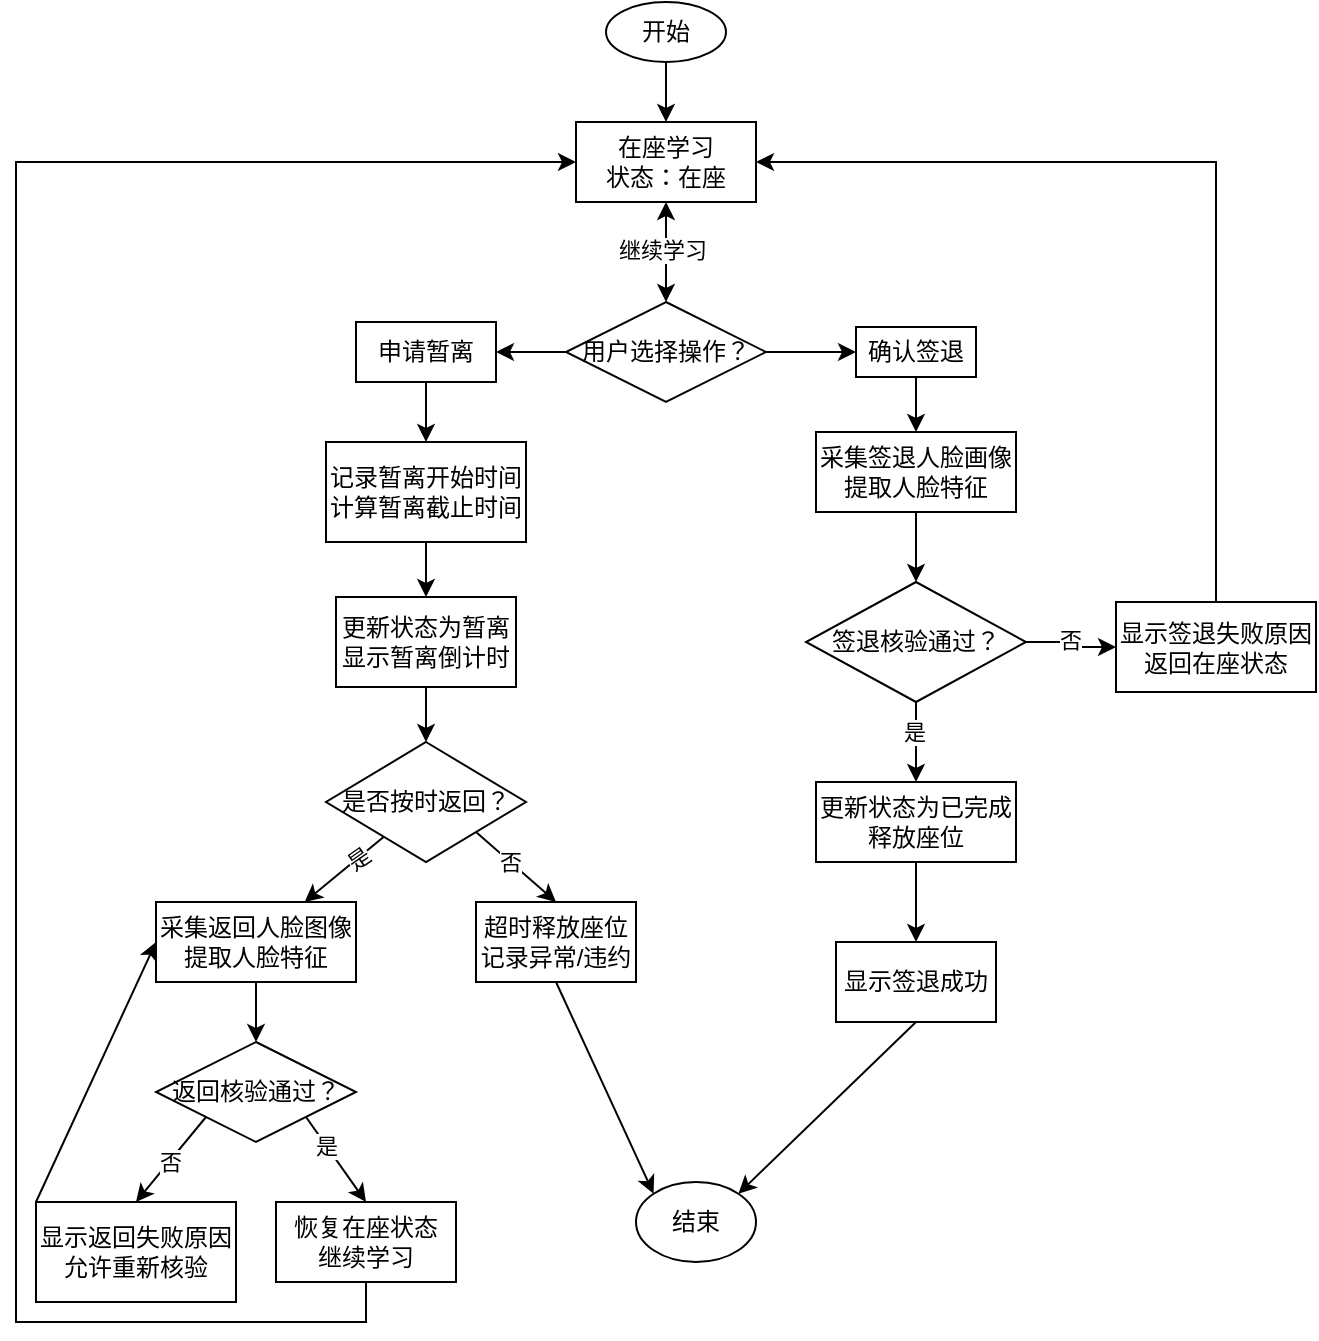
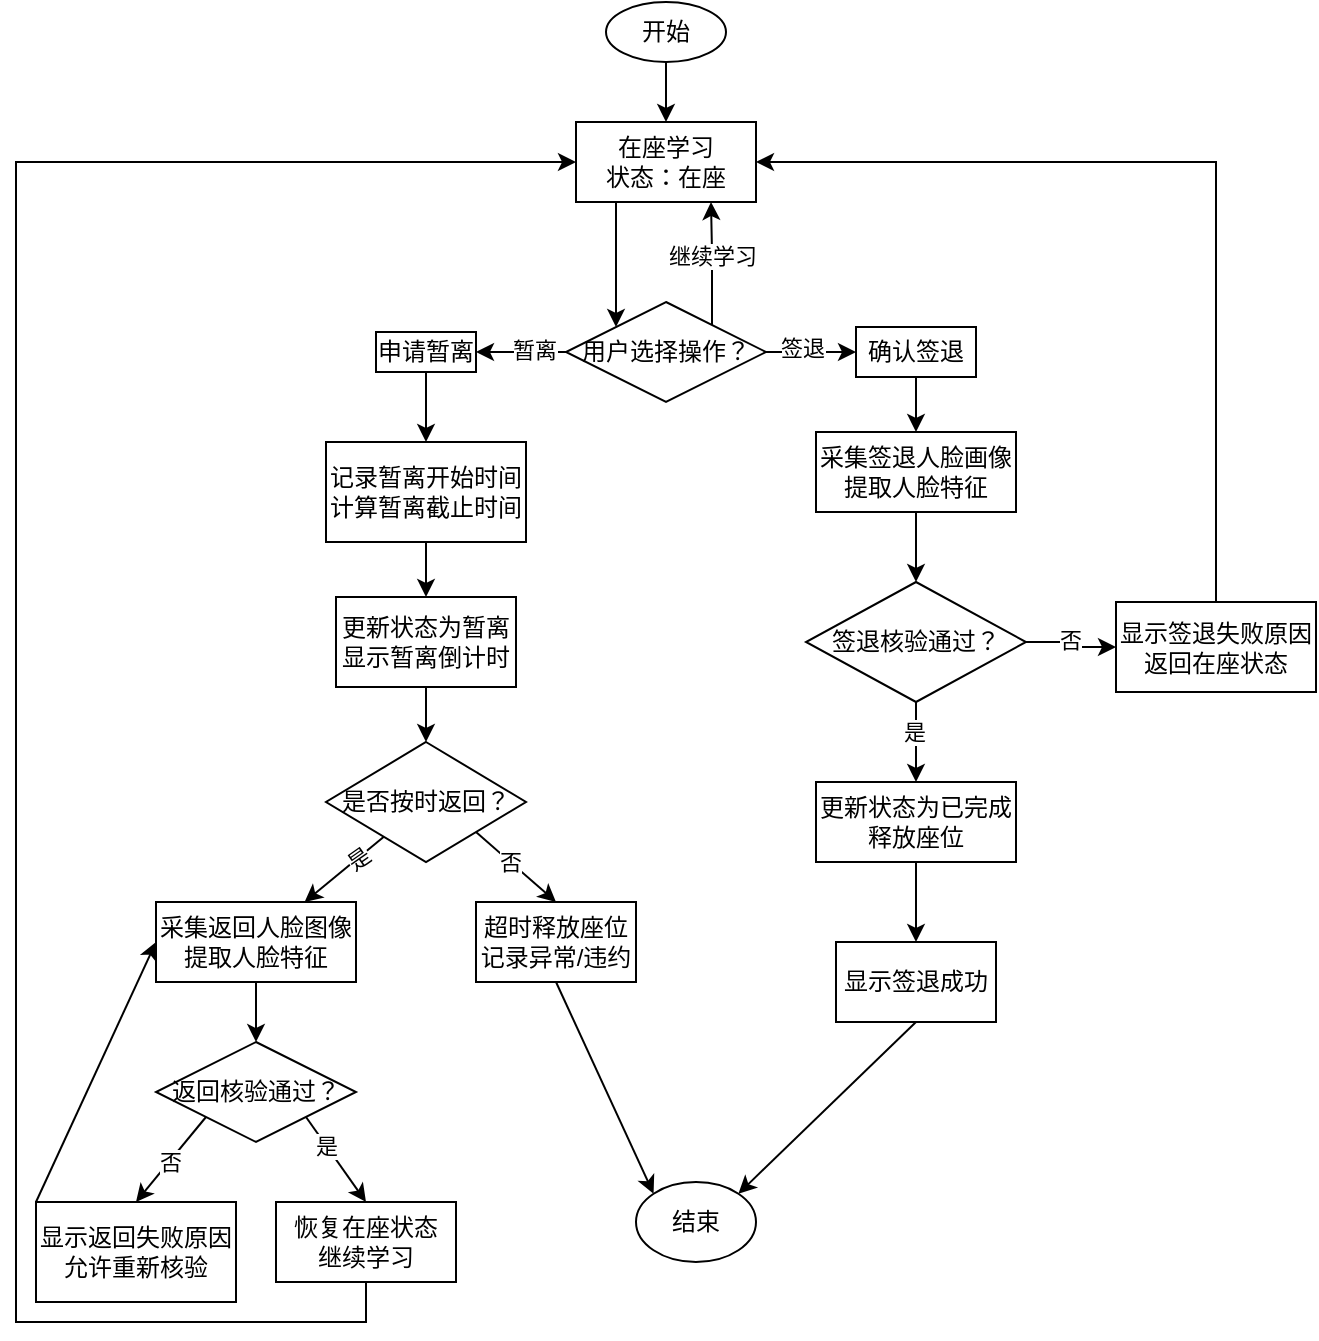
<mxfile host="app.diagrams.net">
  <diagram id="C5RBs43oDa-KdzZeNtuy" name="Page-1">
-     <mxGraphModel dx="1980" dy="767" grid="1" gridSize="10" guides="1" tooltips="1" connect="1" arrows="1" fold="1" page="1" pageScale="1" pageWidth="827" pageHeight="1169" math="0" shadow="0">
+     <mxGraphModel dx="1595" dy="766" grid="1" gridSize="10" guides="1" tooltips="1" connect="1" arrows="1" fold="1" page="1" pageScale="1" pageWidth="827" pageHeight="1169" math="0" shadow="0">
      <root>
        <mxCell id="WIyWlLk6GJQsqaUBKTNV-0" />
        <mxCell id="WIyWlLk6GJQsqaUBKTNV-1" parent="WIyWlLk6GJQsqaUBKTNV-0" />
        <mxCell id="KdbnOWA6Q3B73fjV9xqP-21" edge="1" parent="WIyWlLk6GJQsqaUBKTNV-1" source="KdbnOWA6Q3B73fjV9xqP-0" style="edgeStyle=orthogonalEdgeStyle;rounded=0;orthogonalLoop=1;jettySize=auto;html=1;entryX=0.5;entryY=0;entryDx=0;entryDy=0;" target="KdbnOWA6Q3B73fjV9xqP-1">
          <mxGeometry relative="1" as="geometry" />
        </mxCell>
        <mxCell id="KdbnOWA6Q3B73fjV9xqP-0" parent="WIyWlLk6GJQsqaUBKTNV-1" style="ellipse;whiteSpace=wrap;html=1;" value="开始" vertex="1">
          <mxGeometry height="30" width="60" x="215" y="170" as="geometry" />
        </mxCell>
-         <mxCell id="KdbnOWA6Q3B73fjV9xqP-22" edge="1" parent="WIyWlLk6GJQsqaUBKTNV-1" source="KdbnOWA6Q3B73fjV9xqP-1" style="edgeStyle=orthogonalEdgeStyle;rounded=0;orthogonalLoop=1;jettySize=auto;html=1;exitX=0.5;exitY=1;exitDx=0;exitDy=0;entryX=0.5;entryY=0;entryDx=0;entryDy=0;startArrow=classic;startFill=1;" target="KdbnOWA6Q3B73fjV9xqP-2">
-           <mxGeometry relative="1" as="geometry" />
-         </mxCell>
-         <mxCell id="KdbnOWA6Q3B73fjV9xqP-23" connectable="0" parent="KdbnOWA6Q3B73fjV9xqP-22" style="edgeLabel;html=1;align=center;verticalAlign=middle;resizable=0;points=[];" value="继续学习" vertex="1">
-           <mxGeometry relative="1" x="-0.04" y="-2" as="geometry">
-             <mxPoint as="offset" />
+         <mxCell id="KdbnOWA6Q3B73fjV9xqP-54" edge="1" parent="WIyWlLk6GJQsqaUBKTNV-1" source="KdbnOWA6Q3B73fjV9xqP-1" style="edgeStyle=orthogonalEdgeStyle;rounded=0;orthogonalLoop=1;jettySize=auto;html=1;exitX=0.25;exitY=1;exitDx=0;exitDy=0;entryX=0;entryY=0;entryDx=0;entryDy=0;" target="KdbnOWA6Q3B73fjV9xqP-2">
+           <mxGeometry relative="1" as="geometry">
+             <Array as="points">
+               <mxPoint x="220" y="270" />
+             </Array>
          </mxGeometry>
        </mxCell>
        <mxCell id="KdbnOWA6Q3B73fjV9xqP-1" parent="WIyWlLk6GJQsqaUBKTNV-1" style="whiteSpace=wrap;html=1;" value="在座学习&lt;br&gt;状态：在座" vertex="1">
          <mxGeometry height="40" width="90" x="200" y="230" as="geometry" />
        </mxCell>
        <mxCell id="KdbnOWA6Q3B73fjV9xqP-25" edge="1" parent="WIyWlLk6GJQsqaUBKTNV-1" source="KdbnOWA6Q3B73fjV9xqP-2" style="edgeStyle=orthogonalEdgeStyle;rounded=0;orthogonalLoop=1;jettySize=auto;html=1;exitX=0;exitY=0.5;exitDx=0;exitDy=0;entryX=1;entryY=0.5;entryDx=0;entryDy=0;" target="KdbnOWA6Q3B73fjV9xqP-11">
          <mxGeometry relative="1" as="geometry" />
        </mxCell>
+         <mxCell id="KdbnOWA6Q3B73fjV9xqP-60" connectable="0" parent="KdbnOWA6Q3B73fjV9xqP-25" style="edgeLabel;html=1;align=center;verticalAlign=middle;resizable=0;points=[];" value="暂离" vertex="1">
+           <mxGeometry relative="1" x="-0.2762" y="-1" as="geometry">
+             <mxPoint as="offset" />
+           </mxGeometry>
+         </mxCell>
        <mxCell id="KdbnOWA6Q3B73fjV9xqP-41" edge="1" parent="WIyWlLk6GJQsqaUBKTNV-1" source="KdbnOWA6Q3B73fjV9xqP-2" style="edgeStyle=orthogonalEdgeStyle;rounded=0;orthogonalLoop=1;jettySize=auto;html=1;exitX=1;exitY=0.5;exitDx=0;exitDy=0;" target="KdbnOWA6Q3B73fjV9xqP-3">
          <mxGeometry relative="1" as="geometry" />
+         </mxCell>
+         <mxCell id="KdbnOWA6Q3B73fjV9xqP-59" connectable="0" parent="KdbnOWA6Q3B73fjV9xqP-41" style="edgeLabel;html=1;align=center;verticalAlign=middle;resizable=0;points=[];" value="签退" vertex="1">
+           <mxGeometry relative="1" x="-0.2296" y="2" as="geometry">
+             <mxPoint as="offset" />
+           </mxGeometry>
+         </mxCell>
+         <mxCell id="KdbnOWA6Q3B73fjV9xqP-57" edge="1" parent="WIyWlLk6GJQsqaUBKTNV-1" source="KdbnOWA6Q3B73fjV9xqP-2" style="edgeStyle=orthogonalEdgeStyle;rounded=0;orthogonalLoop=1;jettySize=auto;html=1;exitX=1;exitY=0;exitDx=0;exitDy=0;entryX=0.75;entryY=1;entryDx=0;entryDy=0;" target="KdbnOWA6Q3B73fjV9xqP-1">
+           <mxGeometry relative="1" as="geometry">
+             <Array as="points">
+               <mxPoint x="268" y="333" />
+               <mxPoint x="268" y="295" />
+             </Array>
+           </mxGeometry>
+         </mxCell>
+         <mxCell id="KdbnOWA6Q3B73fjV9xqP-58" connectable="0" parent="KdbnOWA6Q3B73fjV9xqP-57" style="edgeLabel;html=1;align=center;verticalAlign=middle;resizable=0;points=[];" value="继续学习" vertex="1">
+           <mxGeometry relative="1" x="0.1524" as="geometry">
+             <mxPoint as="offset" />
+           </mxGeometry>
        </mxCell>
        <mxCell id="KdbnOWA6Q3B73fjV9xqP-2" parent="WIyWlLk6GJQsqaUBKTNV-1" style="rhombus;whiteSpace=wrap;html=1;" value="用户选择操作？" vertex="1">
          <mxGeometry height="50" width="100" x="195" y="320" as="geometry" />
        </mxCell>
        <mxCell id="KdbnOWA6Q3B73fjV9xqP-43" edge="1" parent="WIyWlLk6GJQsqaUBKTNV-1" source="KdbnOWA6Q3B73fjV9xqP-3" style="edgeStyle=orthogonalEdgeStyle;rounded=0;orthogonalLoop=1;jettySize=auto;html=1;exitX=0.5;exitY=1;exitDx=0;exitDy=0;entryX=0.5;entryY=0;entryDx=0;entryDy=0;" target="KdbnOWA6Q3B73fjV9xqP-5">
          <mxGeometry relative="1" as="geometry" />
        </mxCell>
        <mxCell id="KdbnOWA6Q3B73fjV9xqP-3" parent="WIyWlLk6GJQsqaUBKTNV-1" style="whiteSpace=wrap;html=1;" value="确认签退" vertex="1">
          <mxGeometry height="25" width="60" x="340" y="332.5" as="geometry" />
        </mxCell>
        <mxCell id="KdbnOWA6Q3B73fjV9xqP-44" edge="1" parent="WIyWlLk6GJQsqaUBKTNV-1" source="KdbnOWA6Q3B73fjV9xqP-5" style="edgeStyle=orthogonalEdgeStyle;rounded=0;orthogonalLoop=1;jettySize=auto;html=1;exitX=0.5;exitY=1;exitDx=0;exitDy=0;entryX=0.5;entryY=0;entryDx=0;entryDy=0;" target="KdbnOWA6Q3B73fjV9xqP-6">
          <mxGeometry relative="1" as="geometry" />
        </mxCell>
        <mxCell id="KdbnOWA6Q3B73fjV9xqP-5" parent="WIyWlLk6GJQsqaUBKTNV-1" style="whiteSpace=wrap;html=1;" value="采集签退人脸画像&lt;br&gt;提取人脸特征" vertex="1">
          <mxGeometry height="40" width="100" x="320" y="385" as="geometry" />
        </mxCell>
        <mxCell id="KdbnOWA6Q3B73fjV9xqP-45" edge="1" parent="WIyWlLk6GJQsqaUBKTNV-1" source="KdbnOWA6Q3B73fjV9xqP-6" style="edgeStyle=orthogonalEdgeStyle;rounded=0;orthogonalLoop=1;jettySize=auto;html=1;exitX=1;exitY=0.5;exitDx=0;exitDy=0;entryX=0;entryY=0.5;entryDx=0;entryDy=0;" target="KdbnOWA6Q3B73fjV9xqP-10">
          <mxGeometry relative="1" as="geometry" />
        </mxCell>
        <mxCell id="KdbnOWA6Q3B73fjV9xqP-46" connectable="0" parent="KdbnOWA6Q3B73fjV9xqP-45" style="edgeLabel;html=1;align=center;verticalAlign=middle;resizable=0;points=[];" value="否" vertex="1">
          <mxGeometry relative="1" x="-0.0857" y="1" as="geometry">
            <mxPoint as="offset" />
          </mxGeometry>
        </mxCell>
        <mxCell id="KdbnOWA6Q3B73fjV9xqP-48" edge="1" parent="WIyWlLk6GJQsqaUBKTNV-1" source="KdbnOWA6Q3B73fjV9xqP-6" style="edgeStyle=orthogonalEdgeStyle;rounded=0;orthogonalLoop=1;jettySize=auto;html=1;exitX=0.5;exitY=1;exitDx=0;exitDy=0;entryX=0.5;entryY=0;entryDx=0;entryDy=0;" target="KdbnOWA6Q3B73fjV9xqP-7">
          <mxGeometry relative="1" as="geometry" />
        </mxCell>
        <mxCell id="KdbnOWA6Q3B73fjV9xqP-49" connectable="0" parent="KdbnOWA6Q3B73fjV9xqP-48" style="edgeLabel;html=1;align=center;verticalAlign=middle;resizable=0;points=[];" value="是" vertex="1">
          <mxGeometry relative="1" x="-0.2667" y="-1" as="geometry">
            <mxPoint as="offset" />
          </mxGeometry>
        </mxCell>
        <mxCell id="KdbnOWA6Q3B73fjV9xqP-6" parent="WIyWlLk6GJQsqaUBKTNV-1" style="rhombus;whiteSpace=wrap;html=1;" value="签退核验通过？" vertex="1">
          <mxGeometry height="60" width="110" x="315" y="460" as="geometry" />
        </mxCell>
        <mxCell id="KdbnOWA6Q3B73fjV9xqP-50" edge="1" parent="WIyWlLk6GJQsqaUBKTNV-1" source="KdbnOWA6Q3B73fjV9xqP-7" style="edgeStyle=orthogonalEdgeStyle;rounded=0;orthogonalLoop=1;jettySize=auto;html=1;exitX=0.5;exitY=1;exitDx=0;exitDy=0;entryX=0.5;entryY=0;entryDx=0;entryDy=0;" target="KdbnOWA6Q3B73fjV9xqP-8">
          <mxGeometry relative="1" as="geometry" />
        </mxCell>
        <mxCell id="KdbnOWA6Q3B73fjV9xqP-7" parent="WIyWlLk6GJQsqaUBKTNV-1" style="whiteSpace=wrap;html=1;" value="更新状态为已完成&lt;br&gt;释放座位" vertex="1">
          <mxGeometry height="40" width="100" x="320" y="560" as="geometry" />
        </mxCell>
        <mxCell id="KdbnOWA6Q3B73fjV9xqP-53" edge="1" parent="WIyWlLk6GJQsqaUBKTNV-1" source="KdbnOWA6Q3B73fjV9xqP-8" style="rounded=0;orthogonalLoop=1;jettySize=auto;html=1;exitX=0.5;exitY=1;exitDx=0;exitDy=0;entryX=1;entryY=0;entryDx=0;entryDy=0;" target="KdbnOWA6Q3B73fjV9xqP-9">
          <mxGeometry relative="1" as="geometry" />
        </mxCell>
        <mxCell id="KdbnOWA6Q3B73fjV9xqP-8" parent="WIyWlLk6GJQsqaUBKTNV-1" style="whiteSpace=wrap;html=1;" value="显示签退成功" vertex="1">
          <mxGeometry height="40" width="80" x="330" y="640" as="geometry" />
        </mxCell>
        <mxCell id="KdbnOWA6Q3B73fjV9xqP-9" parent="WIyWlLk6GJQsqaUBKTNV-1" style="ellipse;whiteSpace=wrap;html=1;" value="结束" vertex="1">
          <mxGeometry height="40" width="60" x="230" y="760" as="geometry" />
        </mxCell>
        <mxCell id="KdbnOWA6Q3B73fjV9xqP-47" edge="1" parent="WIyWlLk6GJQsqaUBKTNV-1" source="KdbnOWA6Q3B73fjV9xqP-10" style="edgeStyle=orthogonalEdgeStyle;rounded=0;orthogonalLoop=1;jettySize=auto;html=1;exitX=0.5;exitY=0;exitDx=0;exitDy=0;entryX=1;entryY=0.5;entryDx=0;entryDy=0;" target="KdbnOWA6Q3B73fjV9xqP-1">
          <mxGeometry relative="1" as="geometry" />
        </mxCell>
        <mxCell id="KdbnOWA6Q3B73fjV9xqP-10" parent="WIyWlLk6GJQsqaUBKTNV-1" style="whiteSpace=wrap;html=1;" value="显示签退失败原因&lt;br&gt;返回在座状态" vertex="1">
          <mxGeometry height="45" width="100" x="470" y="470" as="geometry" />
        </mxCell>
        <mxCell id="KdbnOWA6Q3B73fjV9xqP-26" edge="1" parent="WIyWlLk6GJQsqaUBKTNV-1" source="KdbnOWA6Q3B73fjV9xqP-11" style="edgeStyle=orthogonalEdgeStyle;rounded=0;orthogonalLoop=1;jettySize=auto;html=1;exitX=0.5;exitY=1;exitDx=0;exitDy=0;entryX=0.5;entryY=0;entryDx=0;entryDy=0;" target="KdbnOWA6Q3B73fjV9xqP-12">
          <mxGeometry relative="1" as="geometry" />
        </mxCell>
        <mxCell id="KdbnOWA6Q3B73fjV9xqP-11" parent="WIyWlLk6GJQsqaUBKTNV-1" style="whiteSpace=wrap;html=1;" value="申请暂离" vertex="1">
-           <mxGeometry height="30" width="70" x="90" y="330" as="geometry" />
+           <mxGeometry height="20" width="50" x="100" y="335" as="geometry" />
        </mxCell>
        <mxCell id="KdbnOWA6Q3B73fjV9xqP-27" edge="1" parent="WIyWlLk6GJQsqaUBKTNV-1" source="KdbnOWA6Q3B73fjV9xqP-12" style="edgeStyle=orthogonalEdgeStyle;rounded=0;orthogonalLoop=1;jettySize=auto;html=1;exitX=0.5;exitY=1;exitDx=0;exitDy=0;entryX=0.5;entryY=0;entryDx=0;entryDy=0;" target="KdbnOWA6Q3B73fjV9xqP-13">
          <mxGeometry relative="1" as="geometry" />
        </mxCell>
        <mxCell id="KdbnOWA6Q3B73fjV9xqP-12" parent="WIyWlLk6GJQsqaUBKTNV-1" style="whiteSpace=wrap;html=1;" value="记录暂离开始时间&lt;br&gt;计算暂离截止时间" vertex="1">
          <mxGeometry height="50" width="100" x="75" y="390" as="geometry" />
        </mxCell>
        <mxCell id="KdbnOWA6Q3B73fjV9xqP-28" edge="1" parent="WIyWlLk6GJQsqaUBKTNV-1" source="KdbnOWA6Q3B73fjV9xqP-13" style="edgeStyle=orthogonalEdgeStyle;rounded=0;orthogonalLoop=1;jettySize=auto;html=1;entryX=0.5;entryY=0;entryDx=0;entryDy=0;" target="KdbnOWA6Q3B73fjV9xqP-14">
          <mxGeometry relative="1" as="geometry" />
        </mxCell>
        <mxCell id="KdbnOWA6Q3B73fjV9xqP-13" parent="WIyWlLk6GJQsqaUBKTNV-1" style="whiteSpace=wrap;html=1;" value="更新状态为暂离&lt;br&gt;显示暂离倒计时" vertex="1">
          <mxGeometry height="45" width="90" x="80" y="467.5" as="geometry" />
        </mxCell>
        <mxCell id="KdbnOWA6Q3B73fjV9xqP-29" edge="1" parent="WIyWlLk6GJQsqaUBKTNV-1" source="KdbnOWA6Q3B73fjV9xqP-14" style="rounded=0;orthogonalLoop=1;jettySize=auto;html=1;" target="KdbnOWA6Q3B73fjV9xqP-15">
          <mxGeometry relative="1" as="geometry" />
        </mxCell>
        <mxCell id="KdbnOWA6Q3B73fjV9xqP-31" connectable="0" parent="KdbnOWA6Q3B73fjV9xqP-29" style="edgeLabel;html=1;align=center;verticalAlign=middle;resizable=0;points=[];rotation=325;" value="是" vertex="1">
          <mxGeometry relative="1" x="-0.3093" as="geometry">
            <mxPoint as="offset" />
          </mxGeometry>
        </mxCell>
        <mxCell id="KdbnOWA6Q3B73fjV9xqP-30" edge="1" parent="WIyWlLk6GJQsqaUBKTNV-1" source="KdbnOWA6Q3B73fjV9xqP-14" style="rounded=0;orthogonalLoop=1;jettySize=auto;html=1;exitX=1;exitY=1;exitDx=0;exitDy=0;entryX=0.5;entryY=0;entryDx=0;entryDy=0;" target="KdbnOWA6Q3B73fjV9xqP-16">
          <mxGeometry relative="1" as="geometry" />
        </mxCell>
        <mxCell id="KdbnOWA6Q3B73fjV9xqP-32" connectable="0" parent="KdbnOWA6Q3B73fjV9xqP-30" style="edgeLabel;html=1;align=center;verticalAlign=middle;resizable=0;points=[];" value="否" vertex="1">
          <mxGeometry relative="1" x="-0.1523" as="geometry">
            <mxPoint as="offset" />
          </mxGeometry>
        </mxCell>
        <mxCell id="KdbnOWA6Q3B73fjV9xqP-14" parent="WIyWlLk6GJQsqaUBKTNV-1" style="rhombus;whiteSpace=wrap;html=1;" value="是否按时返回？" vertex="1">
          <mxGeometry height="60" width="100" x="75" y="540" as="geometry" />
        </mxCell>
        <mxCell id="KdbnOWA6Q3B73fjV9xqP-34" edge="1" parent="WIyWlLk6GJQsqaUBKTNV-1" source="KdbnOWA6Q3B73fjV9xqP-15" style="edgeStyle=orthogonalEdgeStyle;rounded=0;orthogonalLoop=1;jettySize=auto;html=1;exitX=0.5;exitY=1;exitDx=0;exitDy=0;entryX=0.5;entryY=0;entryDx=0;entryDy=0;" target="KdbnOWA6Q3B73fjV9xqP-17">
          <mxGeometry relative="1" as="geometry" />
        </mxCell>
        <mxCell id="KdbnOWA6Q3B73fjV9xqP-15" parent="WIyWlLk6GJQsqaUBKTNV-1" style="whiteSpace=wrap;html=1;" value="采集返回人脸图像&lt;br&gt;提取人脸特征" vertex="1">
          <mxGeometry height="40" width="100" x="-10" y="620" as="geometry" />
        </mxCell>
        <mxCell id="KdbnOWA6Q3B73fjV9xqP-42" edge="1" parent="WIyWlLk6GJQsqaUBKTNV-1" source="KdbnOWA6Q3B73fjV9xqP-16" style="rounded=0;orthogonalLoop=1;jettySize=auto;html=1;exitX=0.5;exitY=1;exitDx=0;exitDy=0;entryX=0;entryY=0;entryDx=0;entryDy=0;" target="KdbnOWA6Q3B73fjV9xqP-9">
          <mxGeometry relative="1" as="geometry" />
        </mxCell>
        <mxCell id="KdbnOWA6Q3B73fjV9xqP-16" parent="WIyWlLk6GJQsqaUBKTNV-1" style="whiteSpace=wrap;html=1;" value="超时释放座位&lt;br&gt;记录异常/违约" vertex="1">
          <mxGeometry height="40" width="80" x="150" y="620" as="geometry" />
        </mxCell>
        <mxCell id="KdbnOWA6Q3B73fjV9xqP-35" edge="1" parent="WIyWlLk6GJQsqaUBKTNV-1" source="KdbnOWA6Q3B73fjV9xqP-17" style="rounded=0;orthogonalLoop=1;jettySize=auto;html=1;exitX=0;exitY=1;exitDx=0;exitDy=0;entryX=0.5;entryY=0;entryDx=0;entryDy=0;" target="KdbnOWA6Q3B73fjV9xqP-18">
          <mxGeometry relative="1" as="geometry" />
        </mxCell>
        <mxCell id="KdbnOWA6Q3B73fjV9xqP-36" connectable="0" parent="KdbnOWA6Q3B73fjV9xqP-35" style="edgeLabel;html=1;align=center;verticalAlign=middle;resizable=0;points=[];" value="否" vertex="1">
          <mxGeometry relative="1" x="0.0466" as="geometry">
            <mxPoint as="offset" />
          </mxGeometry>
        </mxCell>
        <mxCell id="KdbnOWA6Q3B73fjV9xqP-38" edge="1" parent="WIyWlLk6GJQsqaUBKTNV-1" source="KdbnOWA6Q3B73fjV9xqP-17" style="rounded=0;orthogonalLoop=1;jettySize=auto;html=1;exitX=1;exitY=1;exitDx=0;exitDy=0;entryX=0.5;entryY=0;entryDx=0;entryDy=0;" target="KdbnOWA6Q3B73fjV9xqP-19">
          <mxGeometry relative="1" as="geometry" />
        </mxCell>
        <mxCell id="KdbnOWA6Q3B73fjV9xqP-39" connectable="0" parent="KdbnOWA6Q3B73fjV9xqP-38" style="edgeLabel;html=1;align=center;verticalAlign=middle;resizable=0;points=[];" value="是" vertex="1">
          <mxGeometry relative="1" x="-0.3229" as="geometry">
            <mxPoint as="offset" />
          </mxGeometry>
        </mxCell>
        <mxCell id="KdbnOWA6Q3B73fjV9xqP-17" parent="WIyWlLk6GJQsqaUBKTNV-1" style="rhombus;whiteSpace=wrap;html=1;" value="返回核验通过？" vertex="1">
          <mxGeometry height="50" width="100" x="-10" y="690" as="geometry" />
        </mxCell>
        <mxCell id="KdbnOWA6Q3B73fjV9xqP-37" edge="1" parent="WIyWlLk6GJQsqaUBKTNV-1" source="KdbnOWA6Q3B73fjV9xqP-18" style="rounded=0;orthogonalLoop=1;jettySize=auto;html=1;exitX=0;exitY=0;exitDx=0;exitDy=0;entryX=0;entryY=0.5;entryDx=0;entryDy=0;" target="KdbnOWA6Q3B73fjV9xqP-15">
          <mxGeometry relative="1" as="geometry" />
        </mxCell>
        <mxCell id="KdbnOWA6Q3B73fjV9xqP-18" parent="WIyWlLk6GJQsqaUBKTNV-1" style="whiteSpace=wrap;html=1;" value="显示返回失败原因&lt;br&gt;允许重新核验" vertex="1">
          <mxGeometry height="50" width="100" x="-70" y="770" as="geometry" />
        </mxCell>
        <mxCell id="KdbnOWA6Q3B73fjV9xqP-40" edge="1" parent="WIyWlLk6GJQsqaUBKTNV-1" source="KdbnOWA6Q3B73fjV9xqP-19" style="edgeStyle=orthogonalEdgeStyle;rounded=0;orthogonalLoop=1;jettySize=auto;html=1;exitX=0.5;exitY=1;exitDx=0;exitDy=0;entryX=0;entryY=0.5;entryDx=0;entryDy=0;" target="KdbnOWA6Q3B73fjV9xqP-1">
          <mxGeometry relative="1" as="geometry">
            <Array as="points">
              <mxPoint x="95" y="830" />
              <mxPoint x="-80" y="830" />
              <mxPoint x="-80" y="250" />
            </Array>
          </mxGeometry>
        </mxCell>
        <mxCell id="KdbnOWA6Q3B73fjV9xqP-19" parent="WIyWlLk6GJQsqaUBKTNV-1" style="whiteSpace=wrap;html=1;" value="恢复在座状态&lt;br&gt;继续学习" vertex="1">
          <mxGeometry height="40" width="90" x="50" y="770" as="geometry" />
        </mxCell>
      </root>
    </mxGraphModel>
  </diagram>
</mxfile>
